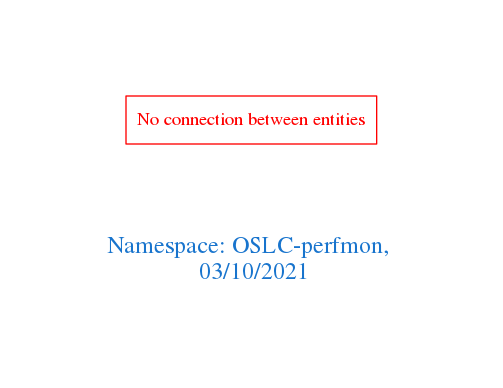
The Graphviz diagram downloads/OSLC-perfmon.png in arago/OGIT, before a commit. Its source is kept beside it as downloads/OSLC-perfmon.dot.
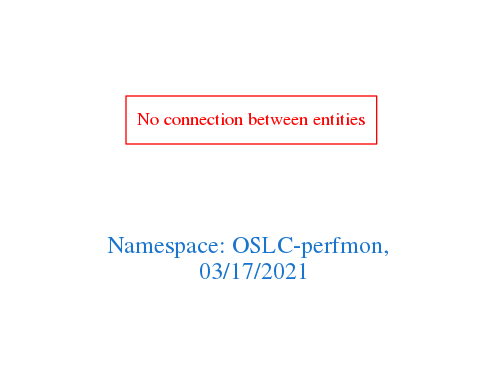
The same file after the commit.

Change to the diagram source:
```diff
@@ -1,7 +1,7 @@
 digraph OGIT_ontology {
  graph [ rankdir= LR,pad=1
 fontsize = 18,
-fontcolor= dodgerblue3,label = "\n\n\nNamespace: OSLC-perfmon, \n 03/10/2021"];
+fontcolor= dodgerblue3,label = "\n\n\nNamespace: OSLC-perfmon, \n 03/17/2021"];
 node[shape=polygon];
 edge [  color="gray81"];
 
```
